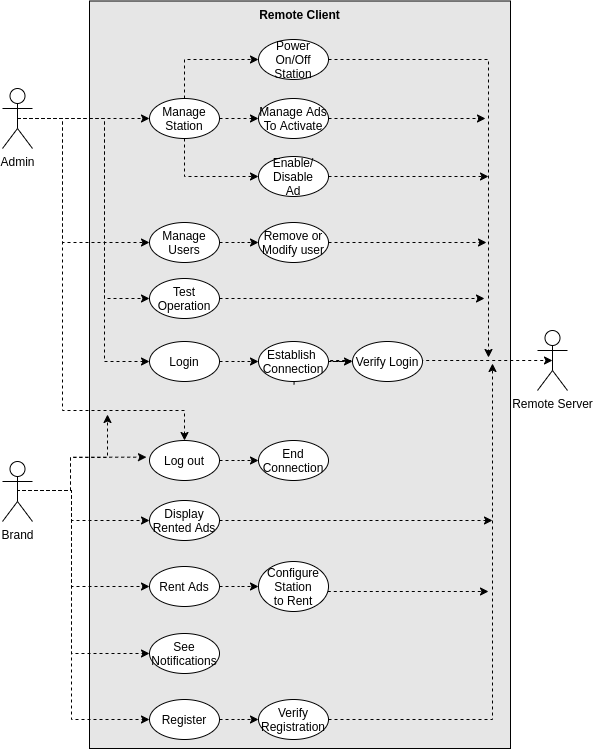
Before: Proj/report/img/use-cases-rc.png, a diagram exported from draw.io (ElectroQuanta/MDO). Source tidied: cells renumbered, new cells last; positions are measured from the earlier drawing's top-left corner, leaving out a move shared by most shapes.
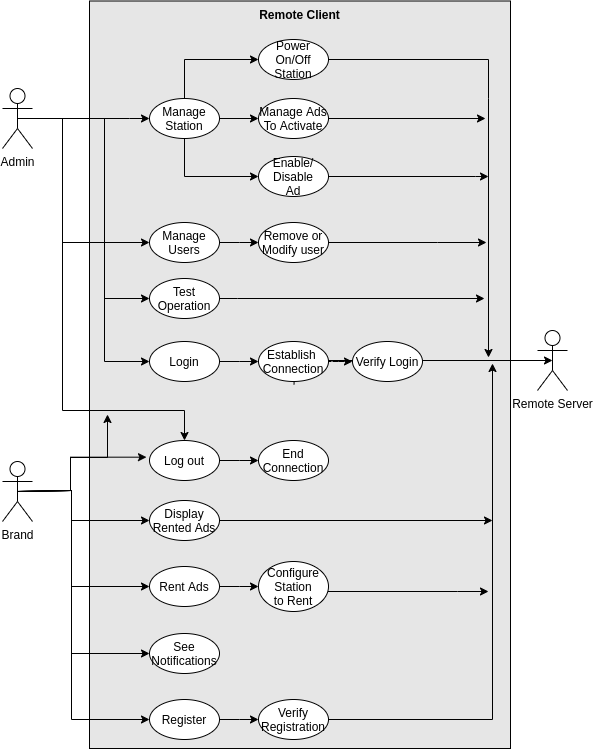
Later version of the same file.

Commit message:
ADD: Use cases remote server

Diff of the diagram source:
```diff
@@ -8,7 +8,7 @@
     <mxCell id="3" value="End&lt;br&gt;Connection" style="ellipse;whiteSpace=wrap;html=1;fillColor=default;verticalAlign=middle;" parent="1" vertex="1">
       <mxGeometry x="256" y="440" width="70" height="40" as="geometry" />
     </mxCell>
-    <mxCell id="4" style="edgeStyle=orthogonalEdgeStyle;rounded=0;jettySize=auto;html=1;exitX=0.5;exitY=0.5;exitDx=0;exitDy=0;exitPerimeter=0;dashed=1;entryX=0;entryY=0.5;entryDx=0;entryDy=0;" parent="1" edge="1" source="9" target="40">
+    <mxCell id="4" style="edgeStyle=orthogonalEdgeStyle;rounded=0;jettySize=auto;html=1;exitX=0.5;exitY=0.5;exitDx=0;exitDy=0;exitPerimeter=0;entryX=0;entryY=0.5;entryDx=0;entryDy=0;" parent="1" edge="1" source="9" target="40">
       <mxGeometry relative="1" as="geometry">
         <Array as="points">
           <mxPoint x="102" y="118" />
@@ -16,21 +16,21 @@
         </Array>
       </mxGeometry>
     </mxCell>
-    <mxCell id="5" style="edgeStyle=orthogonalEdgeStyle;rounded=0;jettySize=auto;html=1;exitX=0.5;exitY=0.5;exitDx=0;exitDy=0;exitPerimeter=0;dashed=1;entryX=0;entryY=0.5;entryDx=0;entryDy=0;" parent="1" edge="1" source="9" target="12">
+    <mxCell id="5" style="edgeStyle=orthogonalEdgeStyle;rounded=0;jettySize=auto;html=1;exitX=0.5;exitY=0.5;exitDx=0;exitDy=0;exitPerimeter=0;entryX=0;entryY=0.5;entryDx=0;entryDy=0;" parent="1" edge="1" source="9" target="12">
       <mxGeometry relative="1" as="geometry">
         <Array as="points">
           <mxPoint x="127" y="118" />
         </Array>
       </mxGeometry>
     </mxCell>
-    <mxCell id="6" style="edgeStyle=orthogonalEdgeStyle;rounded=0;jettySize=auto;html=1;entryX=0;entryY=0.5;entryDx=0;entryDy=0;dashed=1;exitX=0.5;exitY=1;exitDx=0;exitDy=0;" parent="1" edge="1" source="12" target="18">
+    <mxCell id="6" style="edgeStyle=orthogonalEdgeStyle;rounded=0;jettySize=auto;html=1;entryX=0;entryY=0.5;entryDx=0;entryDy=0;exitX=0.5;exitY=1;exitDx=0;exitDy=0;" parent="1" edge="1" source="12" target="18">
       <mxGeometry relative="1" as="geometry">
         <Array as="points">
           <mxPoint x="182" y="176" />
         </Array>
       </mxGeometry>
     </mxCell>
-    <mxCell id="7" style="edgeStyle=orthogonalEdgeStyle;rounded=0;jettySize=auto;html=1;exitX=0.5;exitY=0.5;exitDx=0;exitDy=0;exitPerimeter=0;entryX=0;entryY=0.5;entryDx=0;entryDy=0;dashed=1;" parent="1" edge="1" source="9" target="35">
+    <mxCell id="7" style="edgeStyle=orthogonalEdgeStyle;rounded=0;jettySize=auto;html=1;exitX=0.5;exitY=0.5;exitDx=0;exitDy=0;exitPerimeter=0;entryX=0;entryY=0.5;entryDx=0;entryDy=0;" parent="1" edge="1" source="9" target="35">
       <mxGeometry relative="1" as="geometry">
         <Array as="points">
           <mxPoint x="60" y="118" />
@@ -38,7 +38,7 @@
         </Array>
       </mxGeometry>
     </mxCell>
-    <mxCell id="8" style="edgeStyle=orthogonalEdgeStyle;rounded=0;jettySize=auto;html=1;exitX=0.5;exitY=0.5;exitDx=0;exitDy=0;exitPerimeter=0;dashed=1;entryX=0.5;entryY=0;entryDx=0;entryDy=0;" parent="1" edge="1" source="9" target="20">
+    <mxCell id="8" style="edgeStyle=orthogonalEdgeStyle;rounded=0;jettySize=auto;html=1;exitX=0.5;exitY=0.5;exitDx=0;exitDy=0;exitPerimeter=0;entryX=0.5;entryY=0;entryDx=0;entryDy=0;" parent="1" edge="1" source="9" target="20">
       <mxGeometry relative="1" as="geometry">
         <Array as="points">
           <mxPoint x="60" y="118" />
@@ -50,20 +50,20 @@
     <mxCell id="9" value="Admin" style="shape=umlActor;verticalLabelPosition=bottom;verticalAlign=top;html=1;outlineConnect=0;fillColor=none;" parent="1" vertex="1">
       <mxGeometry y="88" width="30" height="60" as="geometry" />
     </mxCell>
-    <mxCell id="10" style="edgeStyle=orthogonalEdgeStyle;rounded=0;jettySize=auto;html=1;dashed=1;exitX=0.5;exitY=0;exitDx=0;exitDy=0;entryX=0;entryY=0.5;entryDx=0;entryDy=0;" parent="1" edge="1" source="12" target="14">
+    <mxCell id="10" style="edgeStyle=orthogonalEdgeStyle;rounded=0;jettySize=auto;html=1;exitX=0.5;exitY=0;exitDx=0;exitDy=0;entryX=0;entryY=0.5;entryDx=0;entryDy=0;" parent="1" edge="1" source="12" target="14">
       <mxGeometry relative="1" as="geometry">
         <Array as="points">
           <mxPoint x="182" y="59" />
         </Array>
       </mxGeometry>
     </mxCell>
-    <mxCell id="11" style="edgeStyle=orthogonalEdgeStyle;rounded=0;jettySize=auto;html=1;entryX=0;entryY=0.5;entryDx=0;entryDy=0;dashed=1;exitX=1;exitY=0.5;exitDx=0;exitDy=0;" parent="1" edge="1" source="12" target="16">
+    <mxCell id="11" style="edgeStyle=orthogonalEdgeStyle;rounded=0;jettySize=auto;html=1;entryX=0;entryY=0.5;entryDx=0;entryDy=0;exitX=1;exitY=0.5;exitDx=0;exitDy=0;" parent="1" edge="1" source="12" target="16">
       <mxGeometry relative="1" as="geometry" />
     </mxCell>
     <mxCell id="12" value="Manage Station" style="ellipse;whiteSpace=wrap;html=1;fillColor=default;verticalAlign=middle;" parent="1" vertex="1">
       <mxGeometry x="147" y="98" width="70" height="40" as="geometry" />
     </mxCell>
-    <mxCell id="13" style="edgeStyle=orthogonalEdgeStyle;rounded=0;jettySize=auto;html=1;dashed=1;fontSize=9;" parent="1" edge="1" source="14">
+    <mxCell id="13" style="edgeStyle=orthogonalEdgeStyle;rounded=0;jettySize=auto;html=1;fontSize=9;" parent="1" edge="1" source="14">
       <mxGeometry relative="1" as="geometry">
         <mxPoint x="486" y="357" as="targetPoint" />
         <Array as="points">
@@ -75,7 +75,7 @@
     <mxCell id="14" value="Power On/Off Station" style="ellipse;whiteSpace=wrap;html=1;fillColor=default;verticalAlign=middle;" parent="1" vertex="1">
       <mxGeometry x="256" y="39" width="70" height="40" as="geometry" />
     </mxCell>
-    <mxCell id="15" style="edgeStyle=orthogonalEdgeStyle;rounded=0;jettySize=auto;html=1;dashed=1;" parent="1" edge="1" source="16">
+    <mxCell id="15" style="edgeStyle=orthogonalEdgeStyle;rounded=0;jettySize=auto;html=1;" parent="1" edge="1" source="16">
       <mxGeometry relative="1" as="geometry">
         <mxPoint x="483" y="118" as="targetPoint" />
         <Array as="points">
@@ -86,7 +86,7 @@
     <mxCell id="16" value="Manage Ads To Activate" style="ellipse;whiteSpace=wrap;html=1;fillColor=default;verticalAlign=middle;" parent="1" vertex="1">
       <mxGeometry x="256" y="98" width="70" height="40" as="geometry" />
     </mxCell>
-    <mxCell id="17" style="edgeStyle=orthogonalEdgeStyle;rounded=0;jettySize=auto;html=1;dashed=1;fontSize=9;" parent="1" edge="1" source="18">
+    <mxCell id="17" style="edgeStyle=orthogonalEdgeStyle;rounded=0;jettySize=auto;html=1;fontSize=9;" parent="1" edge="1" source="18">
       <mxGeometry relative="1" as="geometry">
         <mxPoint x="486" y="176" as="targetPoint" />
         <Array as="points">
@@ -98,13 +98,13 @@
     <mxCell id="18" value="Enable/&lt;br&gt;Disable&lt;br&gt;Ad" style="ellipse;whiteSpace=wrap;html=1;fillColor=default;verticalAlign=middle;" parent="1" vertex="1">
       <mxGeometry x="256" y="156" width="70" height="40" as="geometry" />
     </mxCell>
-    <mxCell id="19" style="edgeStyle=orthogonalEdgeStyle;rounded=0;jettySize=auto;html=1;dashed=1;fontSize=9;" parent="1" edge="1" source="20" target="3">
+    <mxCell id="19" style="edgeStyle=orthogonalEdgeStyle;rounded=0;jettySize=auto;html=1;fontSize=9;" parent="1" edge="1" source="20" target="3">
       <mxGeometry relative="1" as="geometry" />
     </mxCell>
     <mxCell id="20" value="Log out" style="ellipse;whiteSpace=wrap;html=1;fillColor=default;verticalAlign=middle;" parent="1" vertex="1">
       <mxGeometry x="147" y="440" width="70" height="40" as="geometry" />
     </mxCell>
-    <mxCell id="21" style="edgeStyle=orthogonalEdgeStyle;rounded=0;jettySize=auto;html=1;exitX=0.5;exitY=0.5;exitDx=0;exitDy=0;exitPerimeter=0;dashed=1;" parent="1" edge="1" source="27">
+    <mxCell id="21" style="edgeStyle=orthogonalEdgeStyle;rounded=0;jettySize=auto;html=1;exitX=0.5;exitY=0.5;exitDx=0;exitDy=0;exitPerimeter=0;" parent="1" edge="1" source="27">
       <mxGeometry relative="1" as="geometry">
         <mxPoint x="105" y="414" as="targetPoint" />
         <Array as="points">
@@ -114,7 +114,7 @@
         </Array>
       </mxGeometry>
     </mxCell>
-    <mxCell id="22" style="edgeStyle=orthogonalEdgeStyle;rounded=0;jettySize=auto;html=1;exitX=0.5;exitY=0.5;exitDx=0;exitDy=0;exitPerimeter=0;entryX=0;entryY=0.5;entryDx=0;entryDy=0;dashed=1;" parent="1" edge="1" source="27" target="30">
+    <mxCell id="22" style="edgeStyle=orthogonalEdgeStyle;rounded=0;jettySize=auto;html=1;exitX=0.5;exitY=0.5;exitDx=0;exitDy=0;exitPerimeter=0;entryX=0;entryY=0.5;entryDx=0;entryDy=0;" parent="1" edge="1" source="27" target="30">
       <mxGeometry relative="1" as="geometry">
         <Array as="points">
           <mxPoint x="69" y="490" />
@@ -122,7 +122,7 @@
         </Array>
       </mxGeometry>
     </mxCell>
-    <mxCell id="23" style="edgeStyle=orthogonalEdgeStyle;rounded=0;jettySize=auto;html=1;exitX=0.5;exitY=0.5;exitDx=0;exitDy=0;exitPerimeter=0;entryX=0;entryY=0.5;entryDx=0;entryDy=0;dashed=1;" parent="1" edge="1" source="27" target="29">
+    <mxCell id="23" style="edgeStyle=orthogonalEdgeStyle;rounded=0;jettySize=auto;html=1;exitX=0.5;exitY=0.5;exitDx=0;exitDy=0;exitPerimeter=0;entryX=0;entryY=0.5;entryDx=0;entryDy=0;" parent="1" edge="1" source="27" target="29">
       <mxGeometry relative="1" as="geometry">
         <Array as="points">
           <mxPoint x="69" y="490" />
@@ -130,7 +130,7 @@
         </Array>
       </mxGeometry>
     </mxCell>
-    <mxCell id="24" style="edgeStyle=orthogonalEdgeStyle;rounded=0;jettySize=auto;html=1;exitX=0.5;exitY=0.5;exitDx=0;exitDy=0;exitPerimeter=0;entryX=0;entryY=0.5;entryDx=0;entryDy=0;dashed=1;" parent="1" edge="1" source="27" target="33">
+    <mxCell id="24" style="edgeStyle=orthogonalEdgeStyle;rounded=0;jettySize=auto;html=1;exitX=0.5;exitY=0.5;exitDx=0;exitDy=0;exitPerimeter=0;entryX=0;entryY=0.5;entryDx=0;entryDy=0;" parent="1" edge="1" source="27" target="33">
       <mxGeometry relative="1" as="geometry">
         <Array as="points">
           <mxPoint x="69" y="490" />
@@ -138,7 +138,7 @@
         </Array>
       </mxGeometry>
     </mxCell>
-    <mxCell id="25" style="edgeStyle=orthogonalEdgeStyle;rounded=0;jettySize=auto;html=1;exitX=0.5;exitY=0.5;exitDx=0;exitDy=0;exitPerimeter=0;entryX=-0.043;entryY=0.417;entryDx=0;entryDy=0;dashed=1;entryPerimeter=0;" parent="1" edge="1" source="27" target="20">
+    <mxCell id="25" style="edgeStyle=orthogonalEdgeStyle;rounded=0;jettySize=auto;html=1;exitX=0.5;exitY=0.5;exitDx=0;exitDy=0;exitPerimeter=0;entryX=-0.043;entryY=0.417;entryDx=0;entryDy=0;entryPerimeter=0;" parent="1" edge="1" source="27" target="20">
       <mxGeometry relative="1" as="geometry">
         <Array as="points">
           <mxPoint x="68" y="490" />
@@ -146,7 +146,7 @@
         </Array>
       </mxGeometry>
     </mxCell>
-    <mxCell id="26" style="edgeStyle=orthogonalEdgeStyle;rounded=0;jettySize=auto;html=1;exitX=0.5;exitY=0.5;exitDx=0;exitDy=0;exitPerimeter=0;entryX=0;entryY=0.5;entryDx=0;entryDy=0;dashed=1;" parent="1" edge="1" source="27" target="46">
+    <mxCell id="26" style="edgeStyle=orthogonalEdgeStyle;rounded=0;jettySize=auto;html=1;exitX=0.5;exitY=0.5;exitDx=0;exitDy=0;exitPerimeter=0;entryX=0;entryY=0.5;entryDx=0;entryDy=0;" parent="1" edge="1" source="27" target="46">
       <mxGeometry relative="1" as="geometry">
         <Array as="points">
           <mxPoint x="69" y="490" />
@@ -157,7 +157,7 @@
     <mxCell id="27" value="Brand" style="shape=umlActor;verticalLabelPosition=bottom;verticalAlign=top;html=1;outlineConnect=0;fillColor=none;" parent="1" vertex="1">
       <mxGeometry y="461" width="30" height="60" as="geometry" />
     </mxCell>
-    <mxCell id="28" style="edgeStyle=orthogonalEdgeStyle;rounded=0;jettySize=auto;html=1;dashed=1;" parent="1" edge="1" source="29" target="32">
+    <mxCell id="28" style="edgeStyle=orthogonalEdgeStyle;rounded=0;jettySize=auto;html=1;" parent="1" edge="1" source="29" target="32">
       <mxGeometry relative="1" as="geometry" />
     </mxCell>
     <mxCell id="29" value="Rent Ads" style="ellipse;whiteSpace=wrap;html=1;fillColor=default;verticalAlign=middle;" parent="1" vertex="1">
@@ -166,7 +166,7 @@
     <mxCell id="30" value="Display Rented Ads" style="ellipse;whiteSpace=wrap;html=1;fillColor=default;verticalAlign=middle;" parent="1" vertex="1">
       <mxGeometry x="147" y="500" width="70" height="40" as="geometry" />
     </mxCell>
-    <mxCell id="31" style="edgeStyle=orthogonalEdgeStyle;rounded=0;jettySize=auto;html=1;dashed=1;" parent="1" edge="1" source="32">
+    <mxCell id="31" style="edgeStyle=orthogonalEdgeStyle;rounded=0;jettySize=auto;html=1;" parent="1" edge="1" source="32">
       <mxGeometry relative="1" as="geometry">
         <mxPoint x="486" y="591" as="targetPoint" />
         <Array as="points">
@@ -181,13 +181,13 @@
     <mxCell id="33" value="See Notifications" style="ellipse;whiteSpace=wrap;html=1;fillColor=default;verticalAlign=middle;" parent="1" vertex="1">
       <mxGeometry x="147" y="633" width="70" height="40" as="geometry" />
     </mxCell>
-    <mxCell id="34" style="edgeStyle=orthogonalEdgeStyle;rounded=0;jettySize=auto;html=1;entryX=0;entryY=0.5;entryDx=0;entryDy=0;dashed=1;" parent="1" edge="1" source="35" target="37">
+    <mxCell id="34" style="edgeStyle=orthogonalEdgeStyle;rounded=0;jettySize=auto;html=1;entryX=0;entryY=0.5;entryDx=0;entryDy=0;" parent="1" edge="1" source="35" target="37">
       <mxGeometry relative="1" as="geometry" />
     </mxCell>
     <mxCell id="35" value="Manage Users" style="ellipse;whiteSpace=wrap;html=1;fillColor=default;verticalAlign=middle;" parent="1" vertex="1">
       <mxGeometry x="147" y="222" width="70" height="40" as="geometry" />
     </mxCell>
-    <mxCell id="36" style="edgeStyle=orthogonalEdgeStyle;rounded=0;jettySize=auto;html=1;dashed=1;fontSize=9;" parent="1" edge="1" source="37">
+    <mxCell id="36" style="edgeStyle=orthogonalEdgeStyle;rounded=0;jettySize=auto;html=1;fontSize=9;" parent="1" edge="1" source="37">
       <mxGeometry relative="1" as="geometry">
         <mxPoint x="484" y="242" as="targetPoint" />
         <Array as="points">
@@ -202,7 +202,7 @@
     <mxCell id="38" value="Remote Server" style="shape=umlActor;verticalLabelPosition=bottom;verticalAlign=top;html=1;outlineConnect=0;fillColor=none;" parent="1" vertex="1">
       <mxGeometry x="535" y="330" width="30" height="60" as="geometry" />
     </mxCell>
-    <mxCell id="39" style="edgeStyle=orthogonalEdgeStyle;rounded=0;jettySize=auto;html=1;exitX=1;exitY=0.5;exitDx=0;exitDy=0;dashed=1;" parent="1" edge="1" source="40" target="43">
+    <mxCell id="39" style="edgeStyle=orthogonalEdgeStyle;rounded=0;jettySize=auto;html=1;exitX=1;exitY=0.5;exitDx=0;exitDy=0;" parent="1" edge="1" source="40" target="43">
       <mxGeometry relative="1" as="geometry" />
     </mxCell>
     <mxCell id="40" value="Login" style="ellipse;whiteSpace=wrap;html=1;fillColor=default;verticalAlign=middle;" parent="1" vertex="1">
@@ -211,7 +211,7 @@
     <mxCell id="41" style="edgeStyle=orthogonalEdgeStyle;rounded=0;jettySize=auto;html=1;dashed=1;" parent="1" edge="1" source="43" target="44">
       <mxGeometry relative="1" as="geometry" />
     </mxCell>
-    <mxCell id="42" style="edgeStyle=orthogonalEdgeStyle;rounded=0;jettySize=auto;html=1;dashed=1;fontSize=9;entryX=0.5;entryY=0.5;entryDx=0;entryDy=0;entryPerimeter=0;exitX=0.508;exitY=1.072;exitDx=0;exitDy=0;exitPerimeter=0;" parent="1" edge="1" source="43" target="38">
+    <mxCell id="42" style="edgeStyle=orthogonalEdgeStyle;rounded=0;jettySize=auto;html=1;fontSize=9;entryX=0.5;entryY=0.5;entryDx=0;entryDy=0;entryPerimeter=0;exitX=0.508;exitY=1.072;exitDx=0;exitDy=0;exitPerimeter=0;" parent="1" edge="1" source="43" target="38">
       <mxGeometry relative="1" as="geometry">
         <Array as="points">
           <mxPoint x="292" y="360" />
@@ -224,13 +224,13 @@
     <mxCell id="44" value="Verify Login" style="ellipse;whiteSpace=wrap;html=1;fillColor=default;verticalAlign=middle;" parent="1" vertex="1">
       <mxGeometry x="350" y="341" width="70" height="40" as="geometry" />
     </mxCell>
-    <mxCell id="45" style="edgeStyle=orthogonalEdgeStyle;rounded=0;jettySize=auto;html=1;dashed=1;fontSize=9;" parent="1" edge="1" source="46" target="49">
+    <mxCell id="45" style="edgeStyle=orthogonalEdgeStyle;rounded=0;jettySize=auto;html=1;fontSize=9;" parent="1" edge="1" source="46" target="49">
       <mxGeometry relative="1" as="geometry" />
     </mxCell>
     <mxCell id="46" value="Register" style="ellipse;whiteSpace=wrap;html=1;fillColor=default;verticalAlign=middle;" parent="1" vertex="1">
       <mxGeometry x="147" y="699" width="70" height="40" as="geometry" />
     </mxCell>
-    <mxCell id="47" style="edgeStyle=orthogonalEdgeStyle;rounded=0;jettySize=auto;html=1;dashed=1;exitX=1;exitY=0.5;exitDx=0;exitDy=0;" parent="1" edge="1" source="49">
+    <mxCell id="47" style="edgeStyle=orthogonalEdgeStyle;rounded=0;jettySize=auto;html=1;exitX=1;exitY=0.5;exitDx=0;exitDy=0;" parent="1" edge="1" source="49">
       <mxGeometry relative="1" as="geometry">
         <mxPoint x="490" y="363" as="targetPoint" />
         <Array as="points">
@@ -238,7 +238,7 @@
         </Array>
       </mxGeometry>
     </mxCell>
-    <mxCell id="48" style="edgeStyle=orthogonalEdgeStyle;rounded=0;jettySize=auto;html=1;dashed=1;exitX=1;exitY=0.5;exitDx=0;exitDy=0;" parent="1" edge="1" source="30">
+    <mxCell id="48" style="edgeStyle=orthogonalEdgeStyle;rounded=0;jettySize=auto;html=1;exitX=1;exitY=0.5;exitDx=0;exitDy=0;" parent="1" edge="1" source="30">
       <mxGeometry relative="1" as="geometry">
         <mxPoint x="490" y="520" as="targetPoint" />
       </mxGeometry>
@@ -249,7 +249,7 @@
     <mxCell id="50" value="Test Operation" style="ellipse;whiteSpace=wrap;html=1;fillColor=default;verticalAlign=middle;" parent="1" vertex="1">
       <mxGeometry x="147" y="278" width="70" height="40" as="geometry" />
     </mxCell>
-    <mxCell id="51" style="edgeStyle=orthogonalEdgeStyle;rounded=0;jettySize=auto;html=1;exitX=0.5;exitY=0.5;exitDx=0;exitDy=0;exitPerimeter=0;dashed=1;entryX=0;entryY=0.5;entryDx=0;entryDy=0;" parent="1" edge="1" source="9" target="50">
+    <mxCell id="51" style="edgeStyle=orthogonalEdgeStyle;rounded=0;jettySize=auto;html=1;exitX=0.5;exitY=0.5;exitDx=0;exitDy=0;exitPerimeter=0;entryX=0;entryY=0.5;entryDx=0;entryDy=0;" parent="1" edge="1" source="9" target="50">
       <mxGeometry relative="1" as="geometry">
         <Array as="points">
           <mxPoint x="102" y="118" />
@@ -257,7 +257,7 @@
         </Array>
       </mxGeometry>
     </mxCell>
-    <mxCell id="52" style="edgeStyle=orthogonalEdgeStyle;rounded=0;jettySize=auto;html=1;exitX=1;exitY=0.5;exitDx=0;exitDy=0;dashed=1;" parent="1" edge="1" source="50">
+    <mxCell id="52" style="edgeStyle=orthogonalEdgeStyle;rounded=0;jettySize=auto;html=1;exitX=1;exitY=0.5;exitDx=0;exitDy=0;" parent="1" edge="1" source="50">
       <mxGeometry relative="1" as="geometry">
         <mxPoint x="482" y="298" as="targetPoint" />
         <Array as="points">
```
